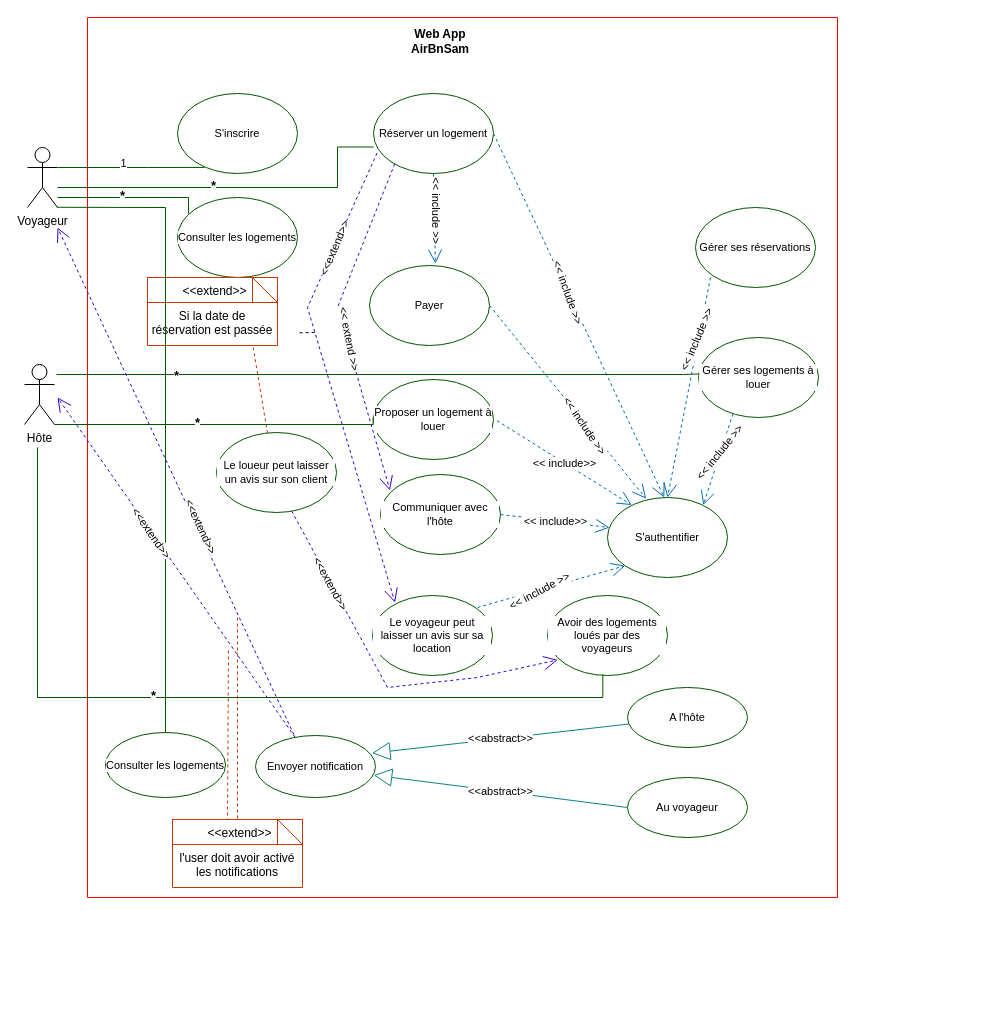
Before: Diagramme sans nom.drawio in SamS-G/airBnSam, a draw.io diagram. Source tidied: cells renumbered, new cells numbered last; positions are measured from the earlier drawing's top-left corner, leaving out a move shared by most shapes. Both pictures are drawn from the tidied source at 100%, with x=0, y=0 at pixel (24, 17).
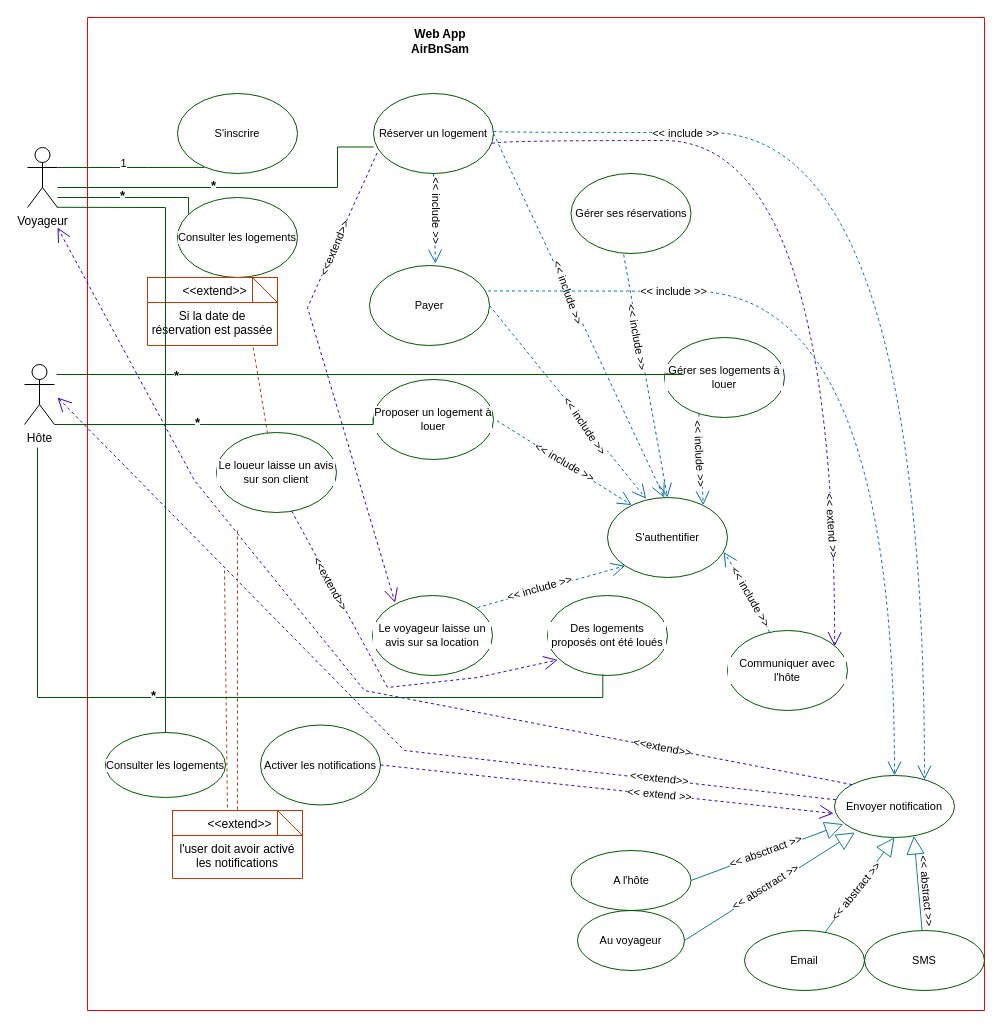
The same diagram, later.

Commit message:
Mettre à jour Diagramme sans nom.drawio

The change refers to these unchanged cells:
```xml
<mxCell id="5" value="Réserver un logement" style="ellipse;whiteSpace=wrap;html=1;fillColor=none;strokeColor=#005700;rounded=0;align=center;verticalAlign=middle;fontFamily=Helvetica;fontSize=11;fontColor=default;labelBackgroundColor=default;" parent="4" vertex="1">
  <mxGeometry x="286" y="76" width="120" height="80" as="geometry" />
</mxCell>
<mxCell id="6" value="Payer" style="ellipse;whiteSpace=wrap;html=1;fillColor=none;strokeColor=#005700;rounded=0;align=center;verticalAlign=middle;fontFamily=Helvetica;fontSize=11;fontColor=default;labelBackgroundColor=default;" parent="4" vertex="1">
  <mxGeometry x="282" y="248" width="120" height="80" as="geometry" />
</mxCell>
<mxCell id="7" value="Proposer un logement à louer" style="ellipse;whiteSpace=wrap;html=1;fillColor=none;strokeColor=#005700;rounded=0;align=center;verticalAlign=middle;fontFamily=Helvetica;fontSize=11;fontColor=default;labelBackgroundColor=default;" parent="4" vertex="1">
  <mxGeometry x="286" y="362" width="120" height="80" as="geometry" />
</mxCell>
<mxCell id="14" value="S'authentifier" style="ellipse;whiteSpace=wrap;html=1;fillColor=none;strokeColor=#005700;gradientColor=#ffa500;rounded=0;align=center;verticalAlign=middle;fontFamily=Helvetica;fontSize=11;fontColor=default;labelBackgroundColor=default;" parent="4" vertex="1">
  <mxGeometry x="520" y="480" width="120" height="80" as="geometry" />
</mxCell>
<mxCell id="21" style="endArrow=open;endSize=12;dashed=1;html=1;rounded=0;entryX=0;entryY=1;entryDx=0;entryDy=0;fillColor=#1ba1e2;strokeColor=#006EAF;" parent="4" edge="1" target="14">
  <mxGeometry relative="1" as="geometry">
    <mxPoint x="390" y="590" as="sourcePoint" />
  </mxGeometry>
</mxCell>
<mxCell id="37" style="endArrow=open;endSize=12;dashed=1;html=1;rounded=0;exitX=0.287;exitY=0.953;exitDx=0;exitDy=0;entryX=0.798;entryY=0.096;entryDx=0;entryDy=0;entryPerimeter=0;exitPerimeter=0;fillColor=#1ba1e2;strokeColor=#006EAF;" parent="4" edge="1" source="36" target="14">
  <mxGeometry relative="1" as="geometry" />
</mxCell>
<mxCell id="50" value="&lt;&lt;extend&gt;&gt;" style="strokeColor=#C73500;fillColor=none;align=center;spacingLeft=5;verticalAlign=top;fontFamily=Helvetica;fontSize=12;fontColor=#000000;" parent="49" vertex="1">
  <mxGeometry width="130" height="25" relative="1" as="geometry" />
</mxCell>
```

Change to the diagram source:
```diff
@@
     <mxCell id="4" style="swimlane;startSize=0;fillColor=none;strokeColor=#FF0000;" parent="1" vertex="1">
-      <mxGeometry x="63" width="750" height="880" as="geometry" />
+      <mxGeometry x="63" width="897" height="993" as="geometry" />
     </mxCell>
@@
     <mxCell id="8" value="Envoyer notification" style="ellipse;whiteSpace=wrap;html=1;fillColor=none;strokeColor=#005700;rounded=0;align=center;verticalAlign=middle;fontFamily=Helvetica;fontSize=11;fontColor=default;labelBackgroundColor=default;" parent="4" vertex="1">
-      <mxGeometry x="168" y="718" width="120" height="62" as="geometry" />
+      <mxGeometry x="747" y="758" width="120" height="62" as="geometry" />
     </mxCell>
-    <mxCell id="9" value="Le voyageur peut laisser un avis sur sa location" style="ellipse;whiteSpace=wrap;html=1;fillColor=none;strokeColor=#005700;rounded=0;align=center;verticalAlign=middle;fontFamily=Helvetica;fontSize=11;fontColor=default;labelBackgroundColor=default;" parent="4" vertex="1">
+    <mxCell id="9" value="Le voyageur laisse un avis sur sa location" style="ellipse;whiteSpace=wrap;html=1;fillColor=none;strokeColor=#005700;rounded=0;align=center;verticalAlign=middle;fontFamily=Helvetica;fontSize=11;fontColor=default;labelBackgroundColor=default;" parent="4" vertex="1">
       <mxGeometry x="285" y="578" width="120" height="80" as="geometry" />
     </mxCell>
     <mxCell id="10" value="Communiquer avec l'hôte" style="ellipse;whiteSpace=wrap;html=1;fillColor=none;strokeColor=#005700;rounded=0;align=center;verticalAlign=middle;fontFamily=Helvetica;fontSize=11;fontColor=default;labelBackgroundColor=default;" parent="4" vertex="1">
-      <mxGeometry x="293" y="457" width="120" height="80" as="geometry" />
+      <mxGeometry x="640" y="613" width="120" height="80" as="geometry" />
     </mxCell>
@@
-    <mxCell id="19" value="&amp;lt;&amp;lt; include&amp;gt;&amp;gt;" style="endArrow=open;endSize=12;dashed=1;html=1;rounded=0;exitX=1.029;exitY=0.515;exitDx=0;exitDy=0;entryX=0.202;entryY=0.095;entryDx=0;entryDy=0;entryPerimeter=0;exitPerimeter=0;fillColor=#1ba1e2;strokeColor=#006EAF;" parent="4" edge="1" source="7" target="14">
+    <mxCell id="19" style="endArrow=open;endSize=12;dashed=1;html=1;rounded=0;exitX=1.029;exitY=0.515;exitDx=0;exitDy=0;entryX=0.202;entryY=0.095;entryDx=0;entryDy=0;entryPerimeter=0;exitPerimeter=0;fillColor=#1ba1e2;strokeColor=#006EAF;" parent="4" edge="1" source="7" target="14">
       <mxGeometry relative="1" as="geometry" />
     </mxCell>
+    <mxCell id="70" value="&amp;lt;&amp;lt; include &amp;gt;&amp;gt;" style="edgeLabel;html=1;align=center;verticalAlign=middle;rotation=30;" parent="19" vertex="1">
+      <mxGeometry relative="1" as="geometry">
+        <mxPoint y="-1" as="offset" />
+      </mxGeometry>
+    </mxCell>
-    <mxCell id="20" value="&amp;lt;&amp;lt; include&amp;gt;&amp;gt;" style="endArrow=open;endSize=12;dashed=1;html=1;rounded=0;exitX=1;exitY=0.5;exitDx=0;exitDy=0;entryX=0.017;entryY=0.376;entryDx=0;entryDy=0;entryPerimeter=0;fillColor=#1ba1e2;strokeColor=#006EAF;" parent="4" edge="1" source="10" target="14">
-      <mxGeometry relative="1" as="geometry" />
+    <mxCell id="20" style="endArrow=open;endSize=12;dashed=1;html=1;rounded=0;entryX=0.968;entryY=0.681;entryDx=0;entryDy=0;fillColor=#1ba1e2;strokeColor=#006EAF;entryPerimeter=0;" parent="4" edge="1" source="10" target="14">
+      <mxGeometry relative="1" as="geometry">
+        <Array as="points">
+          <mxPoint x="667" y="583" />
+        </Array>
+      </mxGeometry>
     </mxCell>
+    <mxCell id="71" value="&amp;lt;&amp;lt; include &amp;gt;&amp;gt;" style="edgeLabel;html=1;align=center;verticalAlign=middle;rotation=60;" parent="20" vertex="1">
+      <mxGeometry x="-0.22" y="1" relative="1" as="geometry">
+        <mxPoint x="-2" y="-5" as="offset" />
+      </mxGeometry>
+    </mxCell>
@@
-    <mxCell id="22" value="&amp;lt;&amp;lt; include &amp;gt;&amp;gt;" style="edgeLabel;html=1;align=center;verticalAlign=middle;rotation=332;" parent="21" vertex="1">
-      <mxGeometry x="-0.18" y="-1" relative="1" as="geometry" />
+    <mxCell id="22" value="&amp;lt;&amp;lt; include &amp;gt;&amp;gt;" style="edgeLabel;html=1;align=center;verticalAlign=middle;rotation=344;" parent="21" vertex="1">
+      <mxGeometry x="-0.18" y="-1" relative="1" as="geometry">
+        <mxPoint y="-3" as="offset" />
+      </mxGeometry>
     </mxCell>
-    <mxCell id="23" style="endArrow=open;endSize=12;dashed=1;html=1;rounded=0;exitX=0.177;exitY=0.879;exitDx=0;exitDy=0;entryX=0.079;entryY=0.199;entryDx=0;entryDy=0;entryPerimeter=0;exitPerimeter=0;fillColor=#6a00ff;strokeColor=#3700CC;" parent="4" edge="1" source="5" target="10">
+    <mxCell id="23" style="endArrow=open;endSize=12;dashed=1;html=1;rounded=0;exitX=0.988;exitY=0.626;exitDx=0;exitDy=0;exitPerimeter=0;fillColor=#6a00ff;strokeColor=#3700CC;edgeStyle=orthogonalEdgeStyle;curved=1;entryX=0.893;entryY=0.196;entryDx=0;entryDy=0;entryPerimeter=0;" parent="4" edge="1" source="5" target="10">
       <mxGeometry x="0.14" y="1" relative="1" as="geometry">
         <Array as="points">
-          <mxPoint x="250" y="290" />
+          <mxPoint x="405" y="123" />
+          <mxPoint x="747" y="123" />
         </Array>
       </mxGeometry>
     </mxCell>
-    <mxCell id="24" value="&amp;lt;&amp;lt; extend &amp;gt;&amp;gt;" style="edgeLabel;html=1;align=center;verticalAlign=middle;rotation=79;" parent="23" vertex="1">
+    <mxCell id="24" value="&amp;lt;&amp;lt; extend &amp;gt;&amp;gt;" style="edgeLabel;html=1;align=center;verticalAlign=middle;rotation=86;" parent="23" vertex="1">
       <mxGeometry x="0.15" y="2" relative="1" as="geometry">
-        <mxPoint x="-1" y="-10" as="offset" />
+        <mxPoint x="-4" y="240" as="offset" />
       </mxGeometry>
     </mxCell>
@@
-    <mxCell id="27" style="endArrow=none;dashed=1;html=1;rounded=0;exitX=1.001;exitY=0.755;exitDx=0;exitDy=0;exitPerimeter=0;" parent="4" edge="1">
-      <mxGeometry relative="1" as="geometry">
-        <mxPoint x="212.1" y="315.3" as="sourcePoint" />
-        <mxPoint x="227" y="315" as="targetPoint" />
-      </mxGeometry>
-    </mxCell>
     <mxCell id="28" value="A l'hôte" style="ellipse;whiteSpace=wrap;html=1;fillColor=none;strokeColor=#005700;rounded=0;align=center;verticalAlign=middle;fontFamily=Helvetica;fontSize=11;fontColor=default;labelBackgroundColor=default;" parent="4" vertex="1">
-      <mxGeometry x="540" y="670" width="120" height="60" as="geometry" />
+      <mxGeometry x="483.5" y="833" width="120" height="60" as="geometry" />
     </mxCell>
     <mxCell id="29" value="Au voyageur" style="ellipse;whiteSpace=wrap;html=1;fillColor=none;strokeColor=#005700;rounded=0;align=center;verticalAlign=middle;fontFamily=Helvetica;fontSize=11;fontColor=default;labelBackgroundColor=default;" parent="4" vertex="1">
-      <mxGeometry x="540" y="760" width="120" height="60" as="geometry" />
+      <mxGeometry x="490" y="893" width="107" height="60" as="geometry" />
     </mxCell>
-    <mxCell id="30" value="&amp;lt;&amp;lt;abstract&amp;gt;&amp;gt;" style="endArrow=block;endSize=16;endFill=0;html=1;rounded=0;entryX=0.971;entryY=0.285;entryDx=0;entryDy=0;entryPerimeter=0;fillColor=#b0e3e6;strokeColor=#0e8088;" parent="4" edge="1" source="28" target="8">
+    <mxCell id="30" style="endArrow=block;endSize=16;endFill=0;html=1;rounded=0;entryX=0.073;entryY=0.784;entryDx=0;entryDy=0;entryPerimeter=0;fillColor=#b0e3e6;strokeColor=#0e8088;exitX=1;exitY=0.5;exitDx=0;exitDy=0;" parent="4" edge="1" source="28" target="8">
       <mxGeometry relative="1" as="geometry" />
     </mxCell>
+    <mxCell id="72" value="&amp;lt;&amp;lt; absctract &amp;gt;&amp;gt;" style="edgeLabel;html=1;align=center;verticalAlign=middle;rotation=340;" parent="30" vertex="1">
+      <mxGeometry x="-0.01" y="2" relative="1" as="geometry" />
+    </mxCell>
-    <mxCell id="31" value="&amp;lt;&amp;lt;abstract&amp;gt;&amp;gt;" style="endArrow=block;endSize=16;endFill=0;html=1;rounded=0;entryX=0.985;entryY=0.64;entryDx=0;entryDy=0;exitX=0;exitY=0.5;exitDx=0;exitDy=0;entryPerimeter=0;fillColor=#b0e3e6;strokeColor=#0e8088;" parent="4" edge="1" source="29" target="8">
+    <mxCell id="31" style="endArrow=block;endSize=16;endFill=0;html=1;rounded=0;entryX=0.17;entryY=0.919;entryDx=0;entryDy=0;exitX=1;exitY=0.5;exitDx=0;exitDy=0;entryPerimeter=0;fillColor=#b0e3e6;strokeColor=#0e8088;" parent="4" edge="1" source="29" target="8">
       <mxGeometry relative="1" as="geometry" />
     </mxCell>
@@
     <mxCell id="34" value="Gérer ses réservations" style="ellipse;whiteSpace=wrap;html=1;fillColor=none;strokeColor=#005700;rounded=0;align=center;verticalAlign=middle;fontFamily=Helvetica;fontSize=11;fontColor=default;labelBackgroundColor=default;" parent="4" vertex="1">
-      <mxGeometry x="608" y="190" width="120" height="80" as="geometry" />
+      <mxGeometry x="483.5" y="156" width="120" height="80" as="geometry" />
     </mxCell>
@@
     <mxCell id="36" value="Gérer ses logements à louer" style="ellipse;whiteSpace=wrap;html=1;fillColor=none;strokeColor=#005700;rounded=0;align=center;verticalAlign=middle;fontFamily=Helvetica;fontSize=11;fontColor=default;labelBackgroundColor=default;" parent="4" vertex="1">
-      <mxGeometry x="611" y="320" width="120" height="80" as="geometry" />
+      <mxGeometry x="577" y="320" width="120" height="80" as="geometry" />
     </mxCell>
@@
-    <mxCell id="38" value="&amp;lt;&amp;lt; include &amp;gt;&amp;gt;" style="edgeLabel;html=1;align=center;verticalAlign=middle;rotation=309;" parent="37" vertex="1">
+    <mxCell id="38" value="&amp;lt;&amp;lt; include &amp;gt;&amp;gt;" style="edgeLabel;html=1;align=center;verticalAlign=middle;rotation=87;" parent="37" vertex="1">
       <mxGeometry x="-0.21" y="2" relative="1" as="geometry">
-        <mxPoint x="-4" y="2" as="offset" />
+        <mxPoint x="-2" y="3" as="offset" />
       </mxGeometry>
     </mxCell>
@@
-    <mxCell id="42" style="endArrow=open;endSize=12;dashed=1;html=1;rounded=0;exitX=0.287;exitY=0.953;exitDx=0;exitDy=0;entryX=0.5;entryY=0;entryDx=0;entryDy=0;exitPerimeter=0;fillColor=#1ba1e2;strokeColor=#006EAF;" parent="4" edge="1" target="14">
-      <mxGeometry relative="1" as="geometry">
-        <mxPoint x="623" y="260" as="sourcePoint" />
-      </mxGeometry>
+    <mxCell id="42" style="endArrow=open;endSize=12;dashed=1;html=1;rounded=0;exitX=0.439;exitY=1.013;exitDx=0;exitDy=0;entryX=0.5;entryY=0;entryDx=0;entryDy=0;exitPerimeter=0;fillColor=#1ba1e2;strokeColor=#006EAF;" parent="4" edge="1" source="34" target="14">
+      <mxGeometry relative="1" as="geometry" />
     </mxCell>
-    <mxCell id="43" value="&amp;lt;&amp;lt; include &amp;gt;&amp;gt;" style="edgeLabel;html=1;align=center;verticalAlign=middle;rotation=293;" parent="42" vertex="1">
+    <mxCell id="43" value="&amp;lt;&amp;lt; include &amp;gt;&amp;gt;" style="edgeLabel;html=1;align=center;verticalAlign=middle;rotation=80;" parent="42" vertex="1">
       <mxGeometry x="-0.57" y="1" relative="1" as="geometry">
-        <mxPoint x="-6" y="15" as="offset" />
+        <mxPoint x="4" y="30" as="offset" />
       </mxGeometry>
     </mxCell>
-    <mxCell id="44" value="Le loueur peut laisser un avis sur son client" style="ellipse;whiteSpace=wrap;html=1;fillColor=none;strokeColor=#005700;rounded=0;align=center;verticalAlign=middle;fontFamily=Helvetica;fontSize=11;fontColor=default;labelBackgroundColor=default;" parent="4" vertex="1">
+    <mxCell id="44" value="Le loueur laisse un avis sur son client" style="ellipse;whiteSpace=wrap;html=1;fillColor=none;strokeColor=#005700;rounded=0;align=center;verticalAlign=middle;fontFamily=Helvetica;fontSize=11;fontColor=default;labelBackgroundColor=default;" parent="4" vertex="1">
       <mxGeometry x="129" y="415" width="120" height="80" as="geometry" />
     </mxCell>
@@
-    <mxCell id="46" value="Avoir des logements loués par des voyageurs" style="ellipse;whiteSpace=wrap;html=1;fillColor=none;strokeColor=#005700;rounded=0;align=center;verticalAlign=middle;fontFamily=Helvetica;fontSize=11;fontColor=default;labelBackgroundColor=default;" parent="4" vertex="1">
+    <mxCell id="46" value="Des logements proposés ont été loués" style="ellipse;whiteSpace=wrap;html=1;fillColor=none;strokeColor=#005700;rounded=0;align=center;verticalAlign=middle;fontFamily=Helvetica;fontSize=11;fontColor=default;labelBackgroundColor=default;" parent="4" vertex="1">
       <mxGeometry x="460" y="578" width="120" height="80" as="geometry" />
     </mxCell>
@@
     <mxCell id="49" value="l'user doit avoir activé les notifications" style="shape=note2;boundedLbl=1;whiteSpace=wrap;html=1;size=25;verticalAlign=top;align=center;strokeColor=#C73500;fontFamily=Helvetica;fontSize=12;fontColor=#000000;fillColor=none;" parent="4" vertex="1">
-      <mxGeometry x="85" y="802" width="130" height="68" as="geometry" />
+      <mxGeometry x="85" y="793" width="130" height="68" as="geometry" />
     </mxCell>
@@
     <mxCell id="51" style="endArrow=none;dashed=1;html=1;rounded=0;entryX=0.423;entryY=-0.005;entryDx=0;entryDy=0;entryPerimeter=0;fillColor=#fa6800;strokeColor=#C73500;" parent="4" edge="1" target="50">
       <mxGeometry relative="1" as="geometry">
-        <mxPoint x="141" y="633" as="sourcePoint" />
+        <mxPoint x="137" y="553" as="sourcePoint" />
       </mxGeometry>
     </mxCell>
@@
+    <mxCell id="73" value="Activer les notifications" style="ellipse;whiteSpace=wrap;html=1;fillColor=none;strokeColor=#005700;rounded=0;align=center;verticalAlign=middle;fontFamily=Helvetica;fontSize=11;fontColor=default;labelBackgroundColor=default;" parent="4" vertex="1">
+      <mxGeometry x="173" y="707.5" width="120" height="80" as="geometry" />
+    </mxCell>
+    <mxCell id="74" style="endArrow=open;endSize=12;dashed=1;html=1;rounded=0;exitX=1;exitY=0.5;exitDx=0;exitDy=0;entryX=-0.008;entryY=0.612;entryDx=0;entryDy=0;entryPerimeter=0;fillColor=#6a00ff;strokeColor=#3700CC;" parent="4" edge="1" source="73" target="8">
+      <mxGeometry x="0.14" y="1" relative="1" as="geometry" />
+    </mxCell>
+    <mxCell id="75" value="&amp;lt;&amp;lt; extend &amp;gt;&amp;gt;" style="edgeLabel;html=1;align=center;verticalAlign=middle;rotation=5;" parent="74" vertex="1">
+      <mxGeometry x="0.15" y="2" relative="1" as="geometry">
+        <mxPoint x="18" y="3" as="offset" />
+      </mxGeometry>
+    </mxCell>
+    <mxCell id="76" value="Email" style="ellipse;whiteSpace=wrap;html=1;fillColor=none;strokeColor=#005700;rounded=0;align=center;verticalAlign=middle;fontFamily=Helvetica;fontSize=11;fontColor=default;labelBackgroundColor=default;" parent="4" vertex="1">
+      <mxGeometry x="657" y="913" width="120" height="60" as="geometry" />
+    </mxCell>
+    <mxCell id="77" style="endArrow=block;endSize=16;endFill=0;html=1;rounded=0;entryX=0.5;entryY=1;entryDx=0;entryDy=0;fillColor=#b0e3e6;strokeColor=#0e8088;" parent="4" edge="1" source="76" target="8">
+      <mxGeometry relative="1" as="geometry" />
+    </mxCell>
+    <mxCell id="78" value="&amp;lt;&amp;lt; abstract &amp;gt;&amp;gt;" style="edgeLabel;html=1;align=center;verticalAlign=middle;rotation=309;" parent="77" vertex="1">
+      <mxGeometry x="-0.14" relative="1" as="geometry" />
+    </mxCell>
+    <mxCell id="79" value="SMS" style="ellipse;whiteSpace=wrap;html=1;fillColor=none;strokeColor=#005700;rounded=0;align=center;verticalAlign=middle;fontFamily=Helvetica;fontSize=11;fontColor=default;labelBackgroundColor=default;" parent="4" vertex="1">
+      <mxGeometry x="777" y="913" width="120" height="60" as="geometry" />
+    </mxCell>
+    <mxCell id="80" style="endArrow=block;endSize=16;endFill=0;html=1;rounded=0;entryX=0.662;entryY=0.975;entryDx=0;entryDy=0;fillColor=#b0e3e6;strokeColor=#0e8088;entryPerimeter=0;" parent="4" edge="1" source="79" target="8">
+      <mxGeometry relative="1" as="geometry" />
+    </mxCell>
+    <mxCell id="81" value="&amp;lt;&amp;lt; abstract &amp;gt;&amp;gt;" style="edgeLabel;html=1;align=center;verticalAlign=middle;rotation=85;" parent="80" vertex="1">
+      <mxGeometry x="-0.14" relative="1" as="geometry">
+        <mxPoint x="9" as="offset" />
+      </mxGeometry>
+    </mxCell>
+    <mxCell id="82" style="endArrow=open;endSize=12;dashed=1;html=1;rounded=0;fillColor=#1ba1e2;strokeColor=#006EAF;edgeStyle=orthogonalEdgeStyle;curved=1;" parent="4" edge="1" target="8">
+      <mxGeometry relative="1" as="geometry">
+        <mxPoint x="406" y="114" as="sourcePoint" />
+        <Array as="points">
+          <mxPoint x="406" y="115" />
+          <mxPoint x="837" y="115" />
+        </Array>
+      </mxGeometry>
+    </mxCell>
+    <mxCell id="83" value="&amp;lt;&amp;lt; include &amp;gt;&amp;gt;" style="edgeLabel;html=1;align=center;verticalAlign=middle;rotation=0;" parent="82" vertex="1">
+      <mxGeometry x="-0.57" y="1" relative="1" as="geometry">
+        <mxPoint x="-40" y="1" as="offset" />
+      </mxGeometry>
+    </mxCell>
+    <mxCell id="84" style="endArrow=open;endSize=12;dashed=1;html=1;rounded=0;fillColor=#1ba1e2;strokeColor=#006EAF;edgeStyle=orthogonalEdgeStyle;curved=1;exitX=0.989;exitY=0.318;exitDx=0;exitDy=0;exitPerimeter=0;entryX=0.5;entryY=0;entryDx=0;entryDy=0;" parent="4" edge="1" source="6" target="8">
+      <mxGeometry relative="1" as="geometry">
+        <Array as="points">
+          <mxPoint x="402" y="273" />
+          <mxPoint x="807" y="274" />
+        </Array>
+      </mxGeometry>
+    </mxCell>
+    <mxCell id="85" value="&amp;lt;&amp;lt; include &amp;gt;&amp;gt;" style="edgeLabel;html=1;align=center;verticalAlign=middle;rotation=0;" parent="84" vertex="1">
+      <mxGeometry x="-0.57" y="1" relative="1" as="geometry">
+        <mxPoint x="-6" y="1" as="offset" />
+      </mxGeometry>
+    </mxCell>
+    <mxCell id="86" value="&amp;lt;&amp;lt; absctract &amp;gt;&amp;gt;" style="edgeLabel;html=1;align=center;verticalAlign=middle;rotation=328;" parent="4" vertex="1">
+      <mxGeometry x="677" y="870" as="geometry" />
+    </mxCell>
@@
     <mxCell id="65" style="endArrow=open;endSize=12;dashed=1;html=1;rounded=0;fillColor=#6a00ff;strokeColor=#3700CC;" parent="1" edge="1" source="8">
       <mxGeometry x="0.15" y="3" relative="1" as="geometry">
         <mxPoint x="33" y="380" as="targetPoint" />
+        <Array as="points">
+          <mxPoint x="380" y="733" />
+        </Array>
       </mxGeometry>
     </mxCell>
-    <mxCell id="66" value="&amp;lt;&amp;lt;extend&amp;gt;&amp;gt;" style="edgeLabel;html=1;align=center;verticalAlign=middle;rotation=55;" parent="65" vertex="1">
+    <mxCell id="66" value="&amp;lt;&amp;lt;extend&amp;gt;&amp;gt;" style="edgeLabel;html=1;align=center;verticalAlign=middle;rotation=6;" parent="65" vertex="1">
       <mxGeometry x="-0.56" relative="1" as="geometry">
-        <mxPoint x="-91" y="-130" as="offset" />
+        <mxPoint x="26" y="1" as="offset" />
       </mxGeometry>
     </mxCell>
-    <mxCell id="67" style="endArrow=open;endSize=12;dashed=1;html=1;rounded=0;exitX=0.32;exitY=-0.013;exitDx=0;exitDy=0;exitPerimeter=0;fillColor=#6a00ff;strokeColor=#3700CC;" parent="1" edge="1" source="8">
+    <mxCell id="67" style="endArrow=open;endSize=12;dashed=1;html=1;rounded=0;exitX=0;exitY=0;exitDx=0;exitDy=0;fillColor=#6a00ff;strokeColor=#3700CC;" parent="1" edge="1" source="8">
       <mxGeometry x="0.15" y="3" relative="1" as="geometry">
         <mxPoint x="33" y="210" as="targetPoint" />
+        <Array as="points">
+          <mxPoint x="340" y="673" />
+          <mxPoint x="170" y="463" />
+        </Array>
       </mxGeometry>
     </mxCell>
-    <mxCell id="68" value="&amp;lt;&amp;lt;extend&amp;gt;&amp;gt;" style="edgeLabel;html=1;align=center;verticalAlign=middle;rotation=65;" parent="67" vertex="1">
+    <mxCell id="68" value="&amp;lt;&amp;lt;extend&amp;gt;&amp;gt;" style="edgeLabel;html=1;align=center;verticalAlign=middle;rotation=11;" parent="67" vertex="1">
       <mxGeometry x="-0.56" relative="1" as="geometry">
-        <mxPoint x="-41" y="-97" as="offset" />
+        <mxPoint x="38" y="6" as="offset" />
       </mxGeometry>
     </mxCell>
     <mxCell id="69" style="endArrow=none;dashed=1;html=1;rounded=0;entryX=0.5;entryY=0;entryDx=0;entryDy=0;fillColor=#fa6800;strokeColor=#C73500;" parent="1" edge="1" target="50">
       <mxGeometry relative="1" as="geometry">
-        <mxPoint x="213" y="600" as="sourcePoint" />
+        <mxPoint x="213" y="513" as="sourcePoint" />
       </mxGeometry>
     </mxCell>
```
